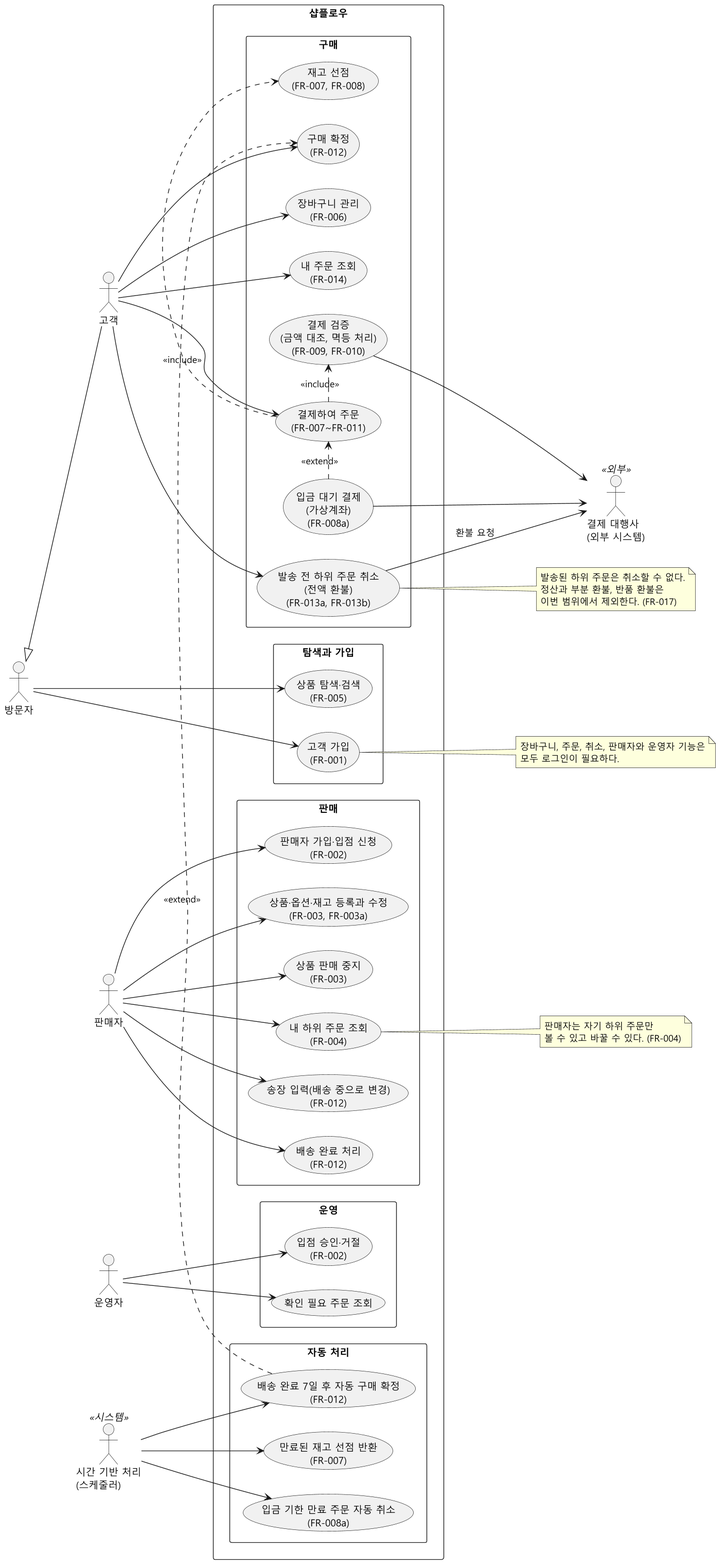
The PlantUML diagram specs/001-multiseller-commerce-core/diagrams/usecase.png in parknahyun/shopflow, before a commit. The source it was exported from:
```plantuml
@startuml
skinparam defaultFontName "Malgun Gothic"
skinparam dpi 130
left to right direction
skinparam packageStyle rectangle
skinparam shadowing false

actor "방문자" as Visitor
actor "고객" as Customer
actor "판매자" as Seller
actor "운영자" as Admin
actor "결제 대행사\n(외부 시스템)" as PG <<외부>>
actor "시간 기반 처리\n(스케줄러)" as Timer <<시스템>>

Customer -up-|> Visitor

rectangle "샵플로우" {

  package "탐색과 가입" {
    usecase "상품 탐색·검색\n(FR-005)" as UC_Browse
    usecase "고객 가입\n(FR-001)" as UC_Signup
  }

  package "구매" {
    usecase "장바구니 관리\n(FR-006)" as UC_Cart
    usecase "결제하여 주문\n(FR-007~FR-011)" as UC_Checkout
    usecase "재고 선점\n(FR-007, FR-008)" as UC_Reserve
    usecase "결제 검증\n(금액 대조, 멱등 처리)\n(FR-009, FR-010)" as UC_Verify
    usecase "입금 대기 결제\n(가상계좌)\n(FR-008a)" as UC_Deposit
    usecase "내 주문 조회\n(FR-014)" as UC_MyOrders
    usecase "발송 전 하위 주문 취소\n(전액 환불)\n(FR-013a, FR-013b)" as UC_Cancel
    usecase "구매 확정\n(FR-012)" as UC_Confirm
  }

  package "판매" {
    usecase "판매자 가입·입점 신청\n(FR-002)" as UC_SellerSignup
    usecase "상품·옵션·재고 등록과 수정\n(FR-003, FR-003a)" as UC_Product
    usecase "상품 판매 중지\n(FR-003)" as UC_Suspend
    usecase "내 하위 주문 조회\n(FR-004)" as UC_SellerOrders
    usecase "송장 입력(배송 중으로 변경)\n(FR-012)" as UC_Ship
    usecase "배송 완료 처리\n(FR-012)" as UC_Deliver
  }

  package "운영" {
    usecase "입점 승인·거절\n(FR-002)" as UC_Approve
    usecase "확인 필요 주문 조회" as UC_Review
  }

  package "자동 처리" {
    usecase "만료된 재고 선점 반환\n(FR-007)" as UC_Expire
    usecase "입금 기한 만료 주문 자동 취소\n(FR-008a)" as UC_DepositExpire
    usecase "배송 완료 7일 후 자동 구매 확정\n(FR-012)" as UC_AutoConfirm
  }
}

Visitor --> UC_Browse
Visitor --> UC_Signup
Customer --> UC_Cart
Customer --> UC_Checkout
Customer --> UC_MyOrders
Customer --> UC_Cancel
Customer --> UC_Confirm

Seller --> UC_SellerSignup
Seller --> UC_Product
Seller --> UC_Suspend
Seller --> UC_SellerOrders
Seller --> UC_Ship
Seller --> UC_Deliver

Admin --> UC_Approve
Admin --> UC_Review

UC_Verify --> PG
UC_Deposit --> PG
UC_Cancel --> PG : 환불 요청
Timer --> UC_Expire
Timer --> UC_DepositExpire
Timer --> UC_AutoConfirm

UC_Checkout .> UC_Reserve : <<include>>
UC_Checkout .> UC_Verify : <<include>>
UC_Deposit .> UC_Checkout : <<extend>>
UC_AutoConfirm .> UC_Confirm : <<extend>>

note right of UC_Cancel
  발송된 하위 주문은 취소할 수 없다.
  정산과 부분 환불, 반품 환불은
  이번 범위에서 제외한다. (FR-017)
end note

note right of UC_Signup
  장바구니, 주문, 취소, 판매자와 운영자 기능은
  모두 로그인이 필요하다.
end note

note right of UC_SellerOrders
  판매자는 자기 하위 주문만
  볼 수 있고 바꿀 수 있다. (FR-004)
end note

@enduml
```
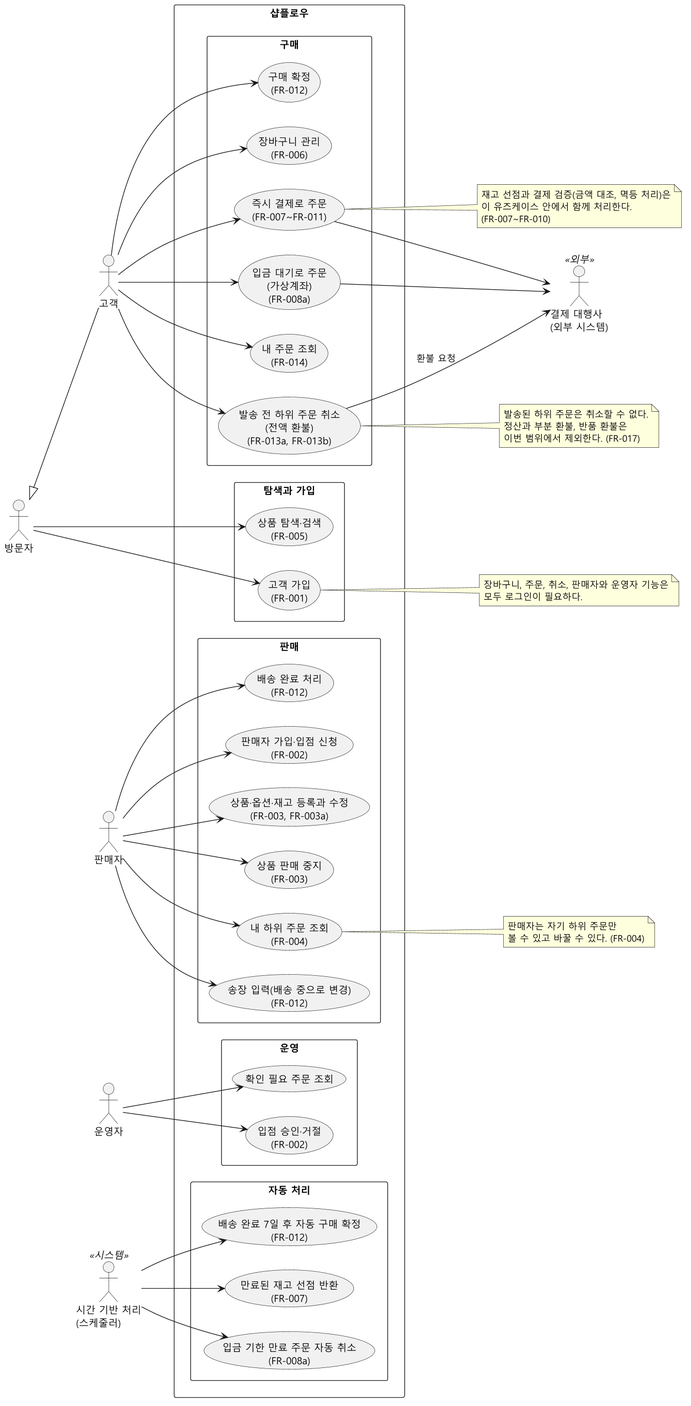
The same file after the commit.

Commit message:
docs: 유즈케이스 다이어그램 수정 (결제 독립 처리, 포함 관계 흡수)

Refs #3

What changed in the source:
```diff
@@ -23,10 +23,8 @@
 
   package "구매" {
     usecase "장바구니 관리\n(FR-006)" as UC_Cart
-    usecase "결제하여 주문\n(FR-007~FR-011)" as UC_Checkout
-    usecase "재고 선점\n(FR-007, FR-008)" as UC_Reserve
-    usecase "결제 검증\n(금액 대조, 멱등 처리)\n(FR-009, FR-010)" as UC_Verify
-    usecase "입금 대기 결제\n(가상계좌)\n(FR-008a)" as UC_Deposit
+    usecase "즉시 결제로 주문\n(FR-007~FR-011)" as UC_Checkout
+    usecase "입금 대기로 주문\n(가상계좌)\n(FR-008a)" as UC_Deposit
     usecase "내 주문 조회\n(FR-014)" as UC_MyOrders
     usecase "발송 전 하위 주문 취소\n(전액 환불)\n(FR-013a, FR-013b)" as UC_Cancel
     usecase "구매 확정\n(FR-012)" as UC_Confirm
@@ -57,6 +55,7 @@
 Visitor --> UC_Signup
 Customer --> UC_Cart
 Customer --> UC_Checkout
+Customer --> UC_Deposit
 Customer --> UC_MyOrders
 Customer --> UC_Cancel
 Customer --> UC_Confirm
@@ -71,17 +70,18 @@
 Admin --> UC_Approve
 Admin --> UC_Review
 
-UC_Verify --> PG
+UC_Checkout --> PG
 UC_Deposit --> PG
 UC_Cancel --> PG : 환불 요청
 Timer --> UC_Expire
 Timer --> UC_DepositExpire
 Timer --> UC_AutoConfirm
 
-UC_Checkout .> UC_Reserve : <<include>>
-UC_Checkout .> UC_Verify : <<include>>
-UC_Deposit .> UC_Checkout : <<extend>>
-UC_AutoConfirm .> UC_Confirm : <<extend>>
+note right of UC_Checkout
+  재고 선점과 결제 검증(금액 대조, 멱등 처리)은
+  이 유즈케이스 안에서 함께 처리한다.
+  (FR-007~FR-010)
+end note
 
 note right of UC_Cancel
   발송된 하위 주문은 취소할 수 없다.
```
